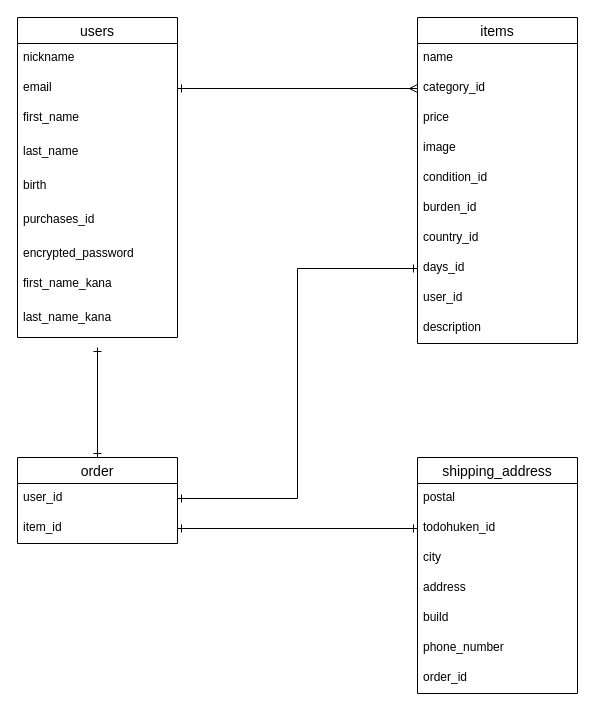
This is furima.dio from kosei-kubota/furima-34523, a draw.io file, before an edit. Source tidied: cells renumbered, new cells numbered last; positions are measured from the earlier drawing's top-left corner, leaving out a move shared by most shapes. Both pictures are drawn from the tidied source at 100%, with x=0, y=0 at pixel (17, 17).
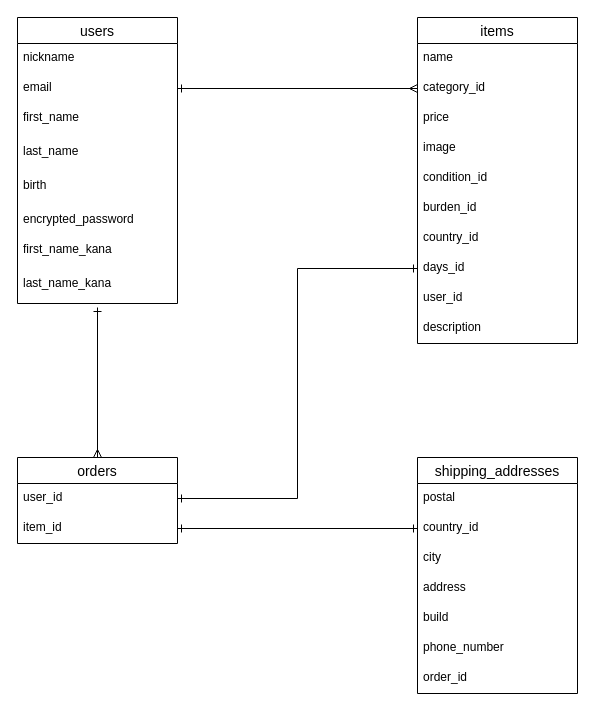
After the change.

Diff of the diagram source:
```diff
@@
     <mxCell id="2" value="users" style="swimlane;fontStyle=0;horizontal=1;startSize=26;align=center;fontSize=14;" parent="1" vertex="1">
-      <mxGeometry width="160" height="320" as="geometry" />
+      <mxGeometry width="160" height="286" as="geometry" />
     </mxCell>
@@
-    <mxCell id="8" value="purchases_id" style="text;strokeColor=none;fillColor=none;spacingLeft=4;spacingRight=4;overflow=hidden;fontSize=12;" parent="2" vertex="1">
-      <mxGeometry y="188" width="160" height="34" as="geometry" />
-    </mxCell>
     <mxCell id="9" value="encrypted_password" style="text;strokeColor=none;fillColor=none;spacingLeft=4;spacingRight=4;overflow=hidden;fontSize=12;" parent="2" vertex="1">
-      <mxGeometry y="222" width="160" height="30" as="geometry" />
+      <mxGeometry y="188" width="160" height="30" as="geometry" />
     </mxCell>
     <mxCell id="10" value="first_name_kana" style="text;strokeColor=none;fillColor=none;spacingLeft=4;spacingRight=4;overflow=hidden;fontSize=12;" parent="2" vertex="1">
-      <mxGeometry y="252" width="160" height="34" as="geometry" />
+      <mxGeometry y="218" width="160" height="34" as="geometry" />
     </mxCell>
     <mxCell id="11" value="last_name_kana" style="text;strokeColor=none;fillColor=none;spacingLeft=4;spacingRight=4;overflow=hidden;fontSize=12;" parent="2" vertex="1">
-      <mxGeometry y="286" width="160" height="34" as="geometry" />
+      <mxGeometry y="252" width="160" height="34" as="geometry" />
     </mxCell>
@@
-    <mxCell id="25" value="shipping_address" style="swimlane;fontStyle=0;horizontal=1;startSize=26;align=center;fontSize=14;" parent="1" vertex="1">
+    <mxCell id="25" value="shipping_addresses" style="swimlane;fontStyle=0;horizontal=1;startSize=26;align=center;fontSize=14;" parent="1" vertex="1">
       <mxGeometry x="400" y="440" width="160" height="236" as="geometry" />
     </mxCell>
@@
-    <mxCell id="27" value="todohuken_id" style="text;strokeColor=none;fillColor=none;spacingLeft=4;spacingRight=4;overflow=hidden;points=[[0,0.5],[1,0.5]];portConstraint=eastwest;fontSize=12;" parent="25" vertex="1">
+    <mxCell id="27" value="country_id" style="text;strokeColor=none;fillColor=none;spacingLeft=4;spacingRight=4;overflow=hidden;points=[[0,0.5],[1,0.5]];portConstraint=eastwest;fontSize=12;" parent="25" vertex="1">
       <mxGeometry y="56" width="160" height="30" as="geometry" />
     </mxCell>
@@
-    <mxCell id="33" style="edgeStyle=orthogonalEdgeStyle;rounded=0;jettySize=auto;html=1;exitX=0.5;exitY=0;exitDx=0;exitDy=0;startArrow=ERone;startFill=0;endArrow=ERone;endFill=0;" parent="1" edge="1" source="34">
+    <mxCell id="33" style="edgeStyle=orthogonalEdgeStyle;rounded=0;jettySize=auto;html=1;exitX=0.5;exitY=0;exitDx=0;exitDy=0;startArrow=ERmany;startFill=0;endArrow=ERone;endFill=0;" parent="1" edge="1" source="34">
       <mxGeometry relative="1" as="geometry">
-        <mxPoint x="80" y="330" as="targetPoint" />
+        <mxPoint x="80" y="290" as="targetPoint" />
       </mxGeometry>
     </mxCell>
-    <mxCell id="34" value="order" style="swimlane;fontStyle=0;horizontal=1;startSize=26;align=center;fontSize=14;" parent="1" vertex="1">
+    <mxCell id="34" value="orders" style="swimlane;fontStyle=0;horizontal=1;startSize=26;align=center;fontSize=14;" parent="1" vertex="1">
       <mxGeometry y="440" width="160" height="86" as="geometry" />
     </mxCell>
```
